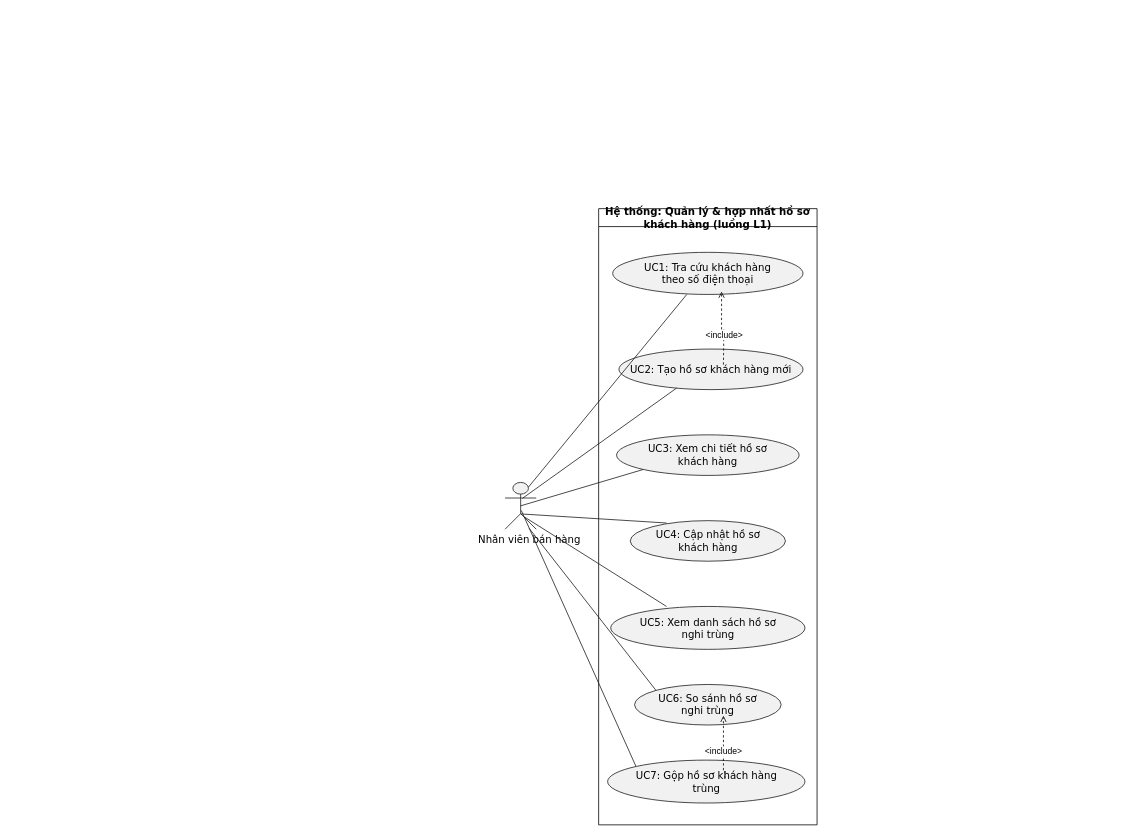
Thephuong-123/cdtn1-nguyenthephuong-l1 keeps this draw.io diagram as docs/usecase.drawio. Above is the earlier version. Source tidied: cells renumbered, new cells numbered last; positions are measured from the earlier drawing's top-left corner, leaving out a move shared by most shapes. Both pictures are drawn from the tidied source at 78%, with x=0, y=0 at pixel (13, 13).
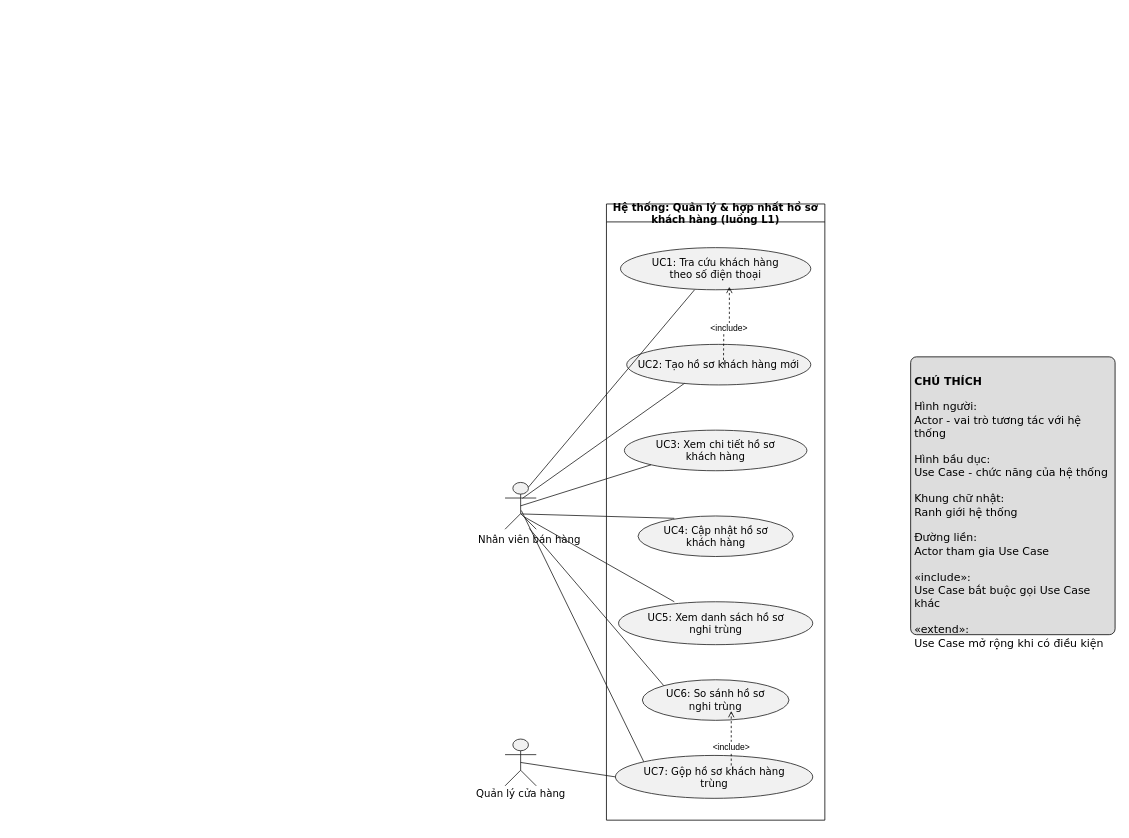
The same diagram, later.

The change refers to these unchanged cells:
```xml
<mxCell id="12" value="UC7: Gộp hồ sơ khách hàng&lt;br&gt;trùng" style="ellipse;html=1;fillColor=#F1F1F1;strokeColor=#181818;whiteSpace=wrap;fontColor=#000000;fontSize=13;fontFamily=DejaVu Sans;" parent="5" vertex="1">
  <mxGeometry x="11.5" y="707" width="253" height="55" as="geometry" />
</mxCell>
```

Change to the diagram source:
```diff
@@
     <mxCell id="5" value="&lt;span style=&quot;font-family: &amp;quot;DejaVu Sans&amp;quot;; font-size: 13px;&quot;&gt;Hệ thống: Quản lý &amp;amp; hợp nhất hồ sơ khách hàng (luồng L1)&lt;/span&gt;" style="swimlane;whiteSpace=wrap;html=1;startSize=23;" parent="1" vertex="1">
-      <mxGeometry x="750" y="250" width="280" height="790" as="geometry" />
+      <mxGeometry x="760" y="244" width="280" height="790" as="geometry" />
     </mxCell>
@@
+    <mxCell id="24" value="&lt;br&gt;&lt;b&gt;CHÚ THÍCH&lt;/b&gt;&lt;br&gt;&lt;br&gt;Hình người:&lt;br&gt;Actor - vai trò tương tác với hệ thống&lt;br&gt;&lt;br&gt;Hình bầu dục:&lt;br&gt;Use Case - chức năng của hệ thống&lt;br&gt;&lt;br&gt;Khung chữ nhật:&lt;br&gt;Ranh giới hệ thống&lt;br&gt;&lt;br&gt;Đường liền:&lt;br&gt;Actor tham gia Use Case&lt;br&gt;&lt;br&gt;«include»:&lt;br&gt;Use Case bắt buộc gọi Use Case khác&lt;br&gt;&lt;br&gt;«extend»:&lt;br&gt;Use Case mở rộng khi có điều kiện&lt;br&gt;&lt;br&gt;" style="rounded=1;absoluteArcSize=1;arcSize=15;fillColor=#DDDDDD;strokeColor=#000000;strokeWidth=1;fontColor=#000000;fontSize=14;fontFamily=DejaVu Sans;align=left;verticalAlign=top;spacing=0;spacingLeft=5;spacingTop=1;whiteSpace=wrap;html=1;" parent="1" vertex="1">
+      <mxGeometry x="1150" y="440" width="262.1" height="356.2" as="geometry" />
+    </mxCell>
+    <mxCell id="25" style="shape=umlActor;html=1;fillColor=#F1F1F1;strokeColor=#181818;fontColor=#000000;fontSize=13;fontFamily=DejaVu Sans;" parent="1" vertex="1">
+      <mxGeometry x="630" y="930" width="40" height="60" as="geometry" />
+    </mxCell>
+    <mxCell id="26" value="Quản lý cửa hàng" style="text;html=1;align=center;verticalAlign=middle;spacingBottom=1;fontColor=#000000;fontSize=13;fontFamily=DejaVu Sans;" parent="25" vertex="1">
+      <mxGeometry x="-43" y="62" width="126" height="17" as="geometry" />
+    </mxCell>
+    <mxCell id="27" style="endArrow=none;strokeColor=#181818;fontColor=#000000;fontSize=13;edgeStyle=none;rounded=0;html=1;fontFamily=DejaVu Sans;curved=0;endSize=6;sourcePerimeterSpacing=0;targetPerimeterSpacing=0;entryX=0;entryY=0.5;entryDx=0;entryDy=0;exitX=0.5;exitY=0.5;exitDx=0;exitDy=0;exitPerimeter=0;" parent="1" edge="1" source="25" target="12">
+      <mxGeometry relative="1" as="geometry" />
+    </mxCell>
```
